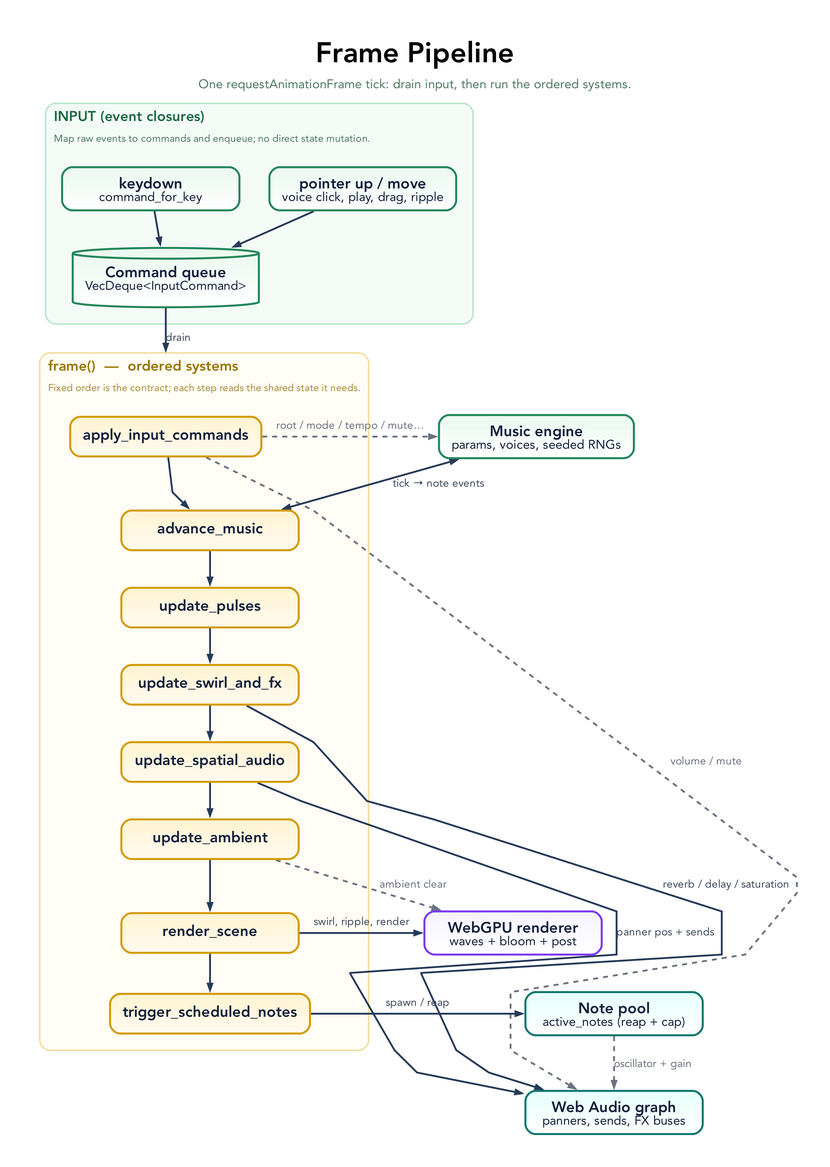
Above: docs/diagrams/frame-pipeline.png in tre-systems/geno-1 (Graphviz), before the change. Its source is kept beside it as docs/diagrams/frame-pipeline.dot.
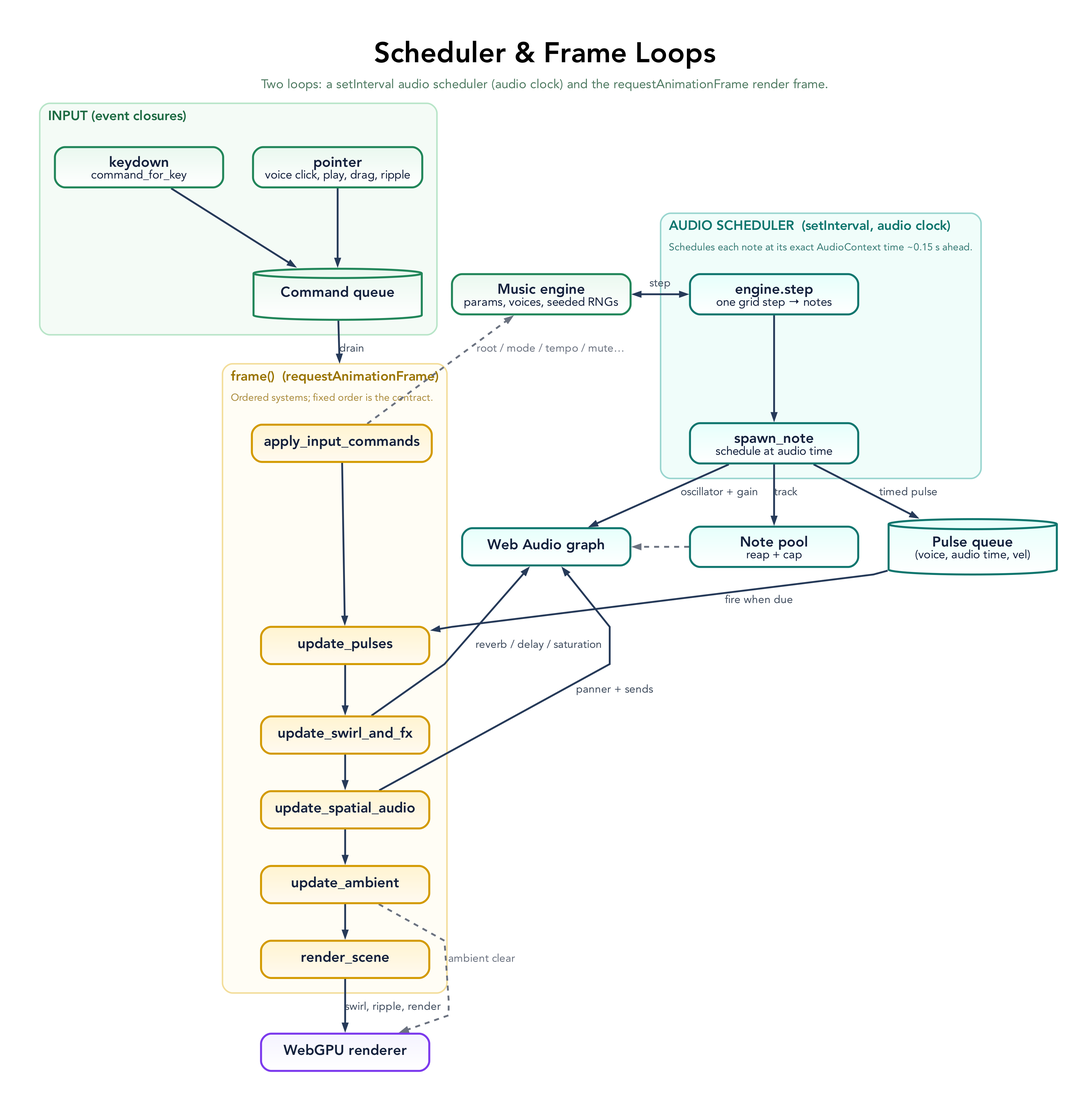
The same file after the commit.

Commit message:
docs: sync architecture docs + diagrams to the audio scheduler

Diff of the diagram source:
```diff
@@ -13,8 +13,8 @@
     fontname="Avenir",
     label=<
       <TABLE BORDER="0" CELLBORDER="0" CELLSPACING="0" CELLPADDING="0">
-        <TR><TD><FONT POINT-SIZE="34"><B>Frame Pipeline</B></FONT></TD></TR>
-        <TR><TD><FONT POINT-SIZE="15" COLOR="#4e7a61">One requestAnimationFrame tick: drain input, then run the ordered systems.</FONT></TD></TR>
+        <TR><TD><FONT POINT-SIZE="34"><B>Scheduler &amp; Frame Loops</B></FONT></TD></TR>
+        <TR><TD><FONT POINT-SIZE="15" COLOR="#4e7a61">Two loops: a setInterval audio scheduler (audio clock) and the requestAnimationFrame render frame.</FONT></TD></TR>
       </TABLE>
     >,
     labelloc=t,
@@ -24,12 +24,12 @@
   node [
     shape=box,
     style="rounded,filled",
-    margin="0.21,0.13",
-    width=2.95,
-    height=0.66,
+    margin="0.2,0.12",
+    width=2.8,
+    height=0.62,
     fixedsize=false,
     fontname="Avenir",
-    fontsize=18,
+    fontsize=17,
     penwidth=2.4,
     fontcolor="#14213d",
     color="#2264c7",
@@ -48,65 +48,69 @@
 
   subgraph cluster_input {
     graph [
+      label=<<TABLE BORDER="0" CELLBORDER="0" CELLSPACING="0" CELLPADDING="2"><TR><TD ALIGN="LEFT"><FONT POINT-SIZE="16" COLOR="#1e6b43"><B>INPUT (event closures)</B></FONT></TD></TR></TABLE>>,
+      labelloc=t, labeljust=l, color="#b8e5c8", fillcolor="#f4fbf6", style="rounded,filled", penwidth=1.8, margin=18
+    ];
+    K [label=<<B>keydown</B><BR/><FONT POINT-SIZE="14">command_for_key</FONT>>, fillcolor="#eaf8ef:#ffffff", color="#22865a"];
+    P [label=<<B>pointer</B><BR/><FONT POINT-SIZE="14">voice click, play, drag, ripple</FONT>>, fillcolor="#eaf8ef:#ffffff", color="#22865a"];
+    Q [label=<<B>Command queue</B>>, shape=cylinder, fillcolor="#eaf8ef:#ffffff", color="#22865a", height=0.85];
+    K -> Q;
+    P -> Q;
+  }
+
+  subgraph cluster_scheduler {
+    graph [
       label=<
         <TABLE BORDER="0" CELLBORDER="0" CELLSPACING="0" CELLPADDING="2">
-          <TR><TD ALIGN="LEFT"><FONT POINT-SIZE="17" COLOR="#1e6b43"><B>INPUT (event closures)</B></FONT></TD></TR>
-          <TR><TD ALIGN="LEFT"><FONT POINT-SIZE="12" COLOR="#4e7a61">Map raw events to commands and enqueue; no direct state mutation.</FONT></TD></TR>
+          <TR><TD ALIGN="LEFT"><FONT POINT-SIZE="16" COLOR="#0f766e"><B>AUDIO SCHEDULER  (setInterval, audio clock)</B></FONT></TD></TR>
+          <TR><TD ALIGN="LEFT"><FONT POINT-SIZE="12" COLOR="#357a74">Schedules each note at its exact AudioContext time ~0.15 s ahead.</FONT></TD></TR>
         </TABLE>
       >,
-      labelloc=t, labeljust=l, color="#b8e5c8", fillcolor="#f4fbf6",
-      style="rounded,filled", penwidth=1.8, margin=20
+      labelloc=t, labeljust=l, color="#99d5cf", fillcolor="#f0fdfa", style="rounded,filled", penwidth=1.8, margin=18
     ];
-
-    K [label=<<B>keydown</B><BR/><FONT POINT-SIZE="15">command_for_key</FONT>>, fillcolor="#eaf8ef:#ffffff", color="#22865a"];
-    P [label=<<B>pointer up / move</B><BR/><FONT POINT-SIZE="15">voice click, play, drag, ripple</FONT>>, fillcolor="#eaf8ef:#ffffff", color="#22865a"];
-    Q [label=<<B>Command queue</B><BR/><FONT POINT-SIZE="15">VecDeque&lt;InputCommand&gt;</FONT>>, shape=cylinder, fillcolor="#eaf8ef:#ffffff", color="#22865a", height=0.9];
-
-    K -> Q;
-    P -> Q;
+    SS [label=<<B>engine.step</B><BR/><FONT POINT-SIZE="14">one grid step → notes</FONT>>, fillcolor="#e6fffb:#ffffff", color="#0f766e"];
+    SN [label=<<B>spawn_note</B><BR/><FONT POINT-SIZE="14">schedule at audio time</FONT>>, fillcolor="#e6fffb:#ffffff", color="#0f766e"];
+    SS -> SN;
   }
 
   subgraph cluster_frame {
     graph [
       label=<
         <TABLE BORDER="0" CELLBORDER="0" CELLSPACING="0" CELLPADDING="2">
-          <TR><TD ALIGN="LEFT"><FONT POINT-SIZE="17" COLOR="#9a7400"><B>frame()  —  ordered systems</B></FONT></TD></TR>
-          <TR><TD ALIGN="LEFT"><FONT POINT-SIZE="12" COLOR="#a98a3a">Fixed order is the contract; each step reads the shared state it needs.</FONT></TD></TR>
+          <TR><TD ALIGN="LEFT"><FONT POINT-SIZE="16" COLOR="#9a7400"><B>frame()  (requestAnimationFrame)</B></FONT></TD></TR>
+          <TR><TD ALIGN="LEFT"><FONT POINT-SIZE="12" COLOR="#a98a3a">Ordered systems; fixed order is the contract.</FONT></TD></TR>
         </TABLE>
       >,
-      labelloc=t, labeljust=l, color="#f3dd9a", fillcolor="#fffdf5",
-      style="rounded,filled", penwidth=1.8, margin=20
+      labelloc=t, labeljust=l, color="#f3dd9a", fillcolor="#fffdf5", style="rounded,filled", penwidth=1.8, margin=18
     ];
-
     F1 [label=<<B>apply_input_commands</B>>, fillcolor="#fff4d1:#fffaf0", color="#d39a00"];
-    F2 [label=<<B>advance_music</B>>, fillcolor="#fff4d1:#fffaf0", color="#d39a00"];
-    F3 [label=<<B>update_pulses</B>>, fillcolor="#fff4d1:#fffaf0", color="#d39a00"];
-    F4 [label=<<B>update_swirl_and_fx</B>>, fillcolor="#fff4d1:#fffaf0", color="#d39a00"];
-    F5 [label=<<B>update_spatial_audio</B>>, fillcolor="#fff4d1:#fffaf0", color="#d39a00"];
-    F6 [label=<<B>update_ambient</B>>, fillcolor="#fff4d1:#fffaf0", color="#d39a00"];
-    F7 [label=<<B>render_scene</B>>, fillcolor="#fff4d1:#fffaf0", color="#d39a00"];
-    F8 [label=<<B>trigger_scheduled_notes</B>>, fillcolor="#fff4d1:#fffaf0", color="#d39a00"];
-
-    F1 -> F2 -> F3 -> F4 -> F5 -> F6 -> F7 -> F8;
+    F2 [label=<<B>update_pulses</B>>, fillcolor="#fff4d1:#fffaf0", color="#d39a00"];
+    F3 [label=<<B>update_swirl_and_fx</B>>, fillcolor="#fff4d1:#fffaf0", color="#d39a00"];
+    F4 [label=<<B>update_spatial_audio</B>>, fillcolor="#fff4d1:#fffaf0", color="#d39a00"];
+    F5 [label=<<B>update_ambient</B>>, fillcolor="#fff4d1:#fffaf0", color="#d39a00"];
+    F6 [label=<<B>render_scene</B>>, fillcolor="#fff4d1:#fffaf0", color="#d39a00"];
+    F1 -> F2 -> F3 -> F4 -> F5 -> F6;
   }
 
-  E  [label=<<B>Music engine</B><BR/><FONT POINT-SIZE="15">params, voices, seeded RNGs</FONT>>, fillcolor="#eaf8ef:#ffffff", color="#22865a"];
-  AU [label=<<B>Web Audio graph</B><BR/><FONT POINT-SIZE="15">panners, sends, FX buses</FONT>>, fillcolor="#e6fffb:#ffffff", color="#0f766e"];
-  NP [label=<<B>Note pool</B><BR/><FONT POINT-SIZE="15">active_notes (reap + cap)</FONT>>, fillcolor="#e6fffb:#ffffff", color="#0f766e"];
-  G  [label=<<B>WebGPU renderer</B><BR/><FONT POINT-SIZE="15">waves + bloom + post</FONT>>, fillcolor="#f5f3ff:#ffffff", color="#7c3aed"];
+  E  [label=<<B>Music engine</B><BR/><FONT POINT-SIZE="14">params, voices, seeded RNGs</FONT>>, fillcolor="#eaf8ef:#ffffff", color="#22865a"];
+  PQ [label=<<B>Pulse queue</B><BR/><FONT POINT-SIZE="14">(voice, audio time, vel)</FONT>>, shape=cylinder, fillcolor="#e6fffb:#ffffff", color="#0f766e", height=0.9];
+  AU [label=<<B>Web Audio graph</B>>, fillcolor="#e6fffb:#ffffff", color="#0f766e"];
+  NP [label=<<B>Note pool</B><BR/><FONT POINT-SIZE="14">reap + cap</FONT>>, fillcolor="#e6fffb:#ffffff", color="#0f766e"];
+  G  [label=<<B>WebGPU renderer</B>>, fillcolor="#f5f3ff:#ffffff", color="#7c3aed"];
 
-  { rank=same; F1; E; }
-  { rank=same; F7; G; }
-  { rank=same; F8; NP; }
+  { rank=same; SS; E; }
+  { rank=same; SN; F1; }
 
   Q -> F1 [label="drain", lhead=cluster_frame];
-  F1 -> E  [label="root / mode / tempo / mute…", style=dashed, color="#6b7280", fontcolor="#6b7280"];
-  F1 -> AU [label="volume / mute", style=dashed, color="#6b7280", fontcolor="#6b7280", constraint=false];
-  F2 -> E  [label="tick → note events", dir=both];
-  F4 -> AU [label="reverb / delay / saturation", constraint=false];
-  F5 -> AU [label="panner pos + sends", constraint=false];
-  F6 -> G  [label="ambient clear", style=dashed, color="#6b7280", fontcolor="#6b7280", constraint=false];
-  F7 -> G  [label="swirl, ripple, render"];
-  F8 -> NP [label="spawn / reap"];
-  NP -> AU [label="oscillator + gain", style=dashed, color="#6b7280", fontcolor="#6b7280"];
+  E -> SS [label="step", dir=both, ltail=cluster_scheduler];
+  F1 -> E [label="root / mode / tempo / mute…", style=dashed, color="#6b7280", fontcolor="#6b7280"];
+  SN -> AU [label="oscillator + gain"];
+  SN -> NP [label="track"];
+  SN -> PQ [label="timed pulse"];
+  PQ -> F2 [label="fire when due"];
+  F3 -> AU [label="reverb / delay / saturation", constraint=false];
+  F4 -> AU [label="panner + sends", constraint=false];
+  F5 -> G [label="ambient clear", style=dashed, color="#6b7280", fontcolor="#6b7280", constraint=false];
+  F6 -> G [label="swirl, ripple, render"];
+  NP -> AU [style=dashed, color="#6b7280", constraint=false];
 }
```
